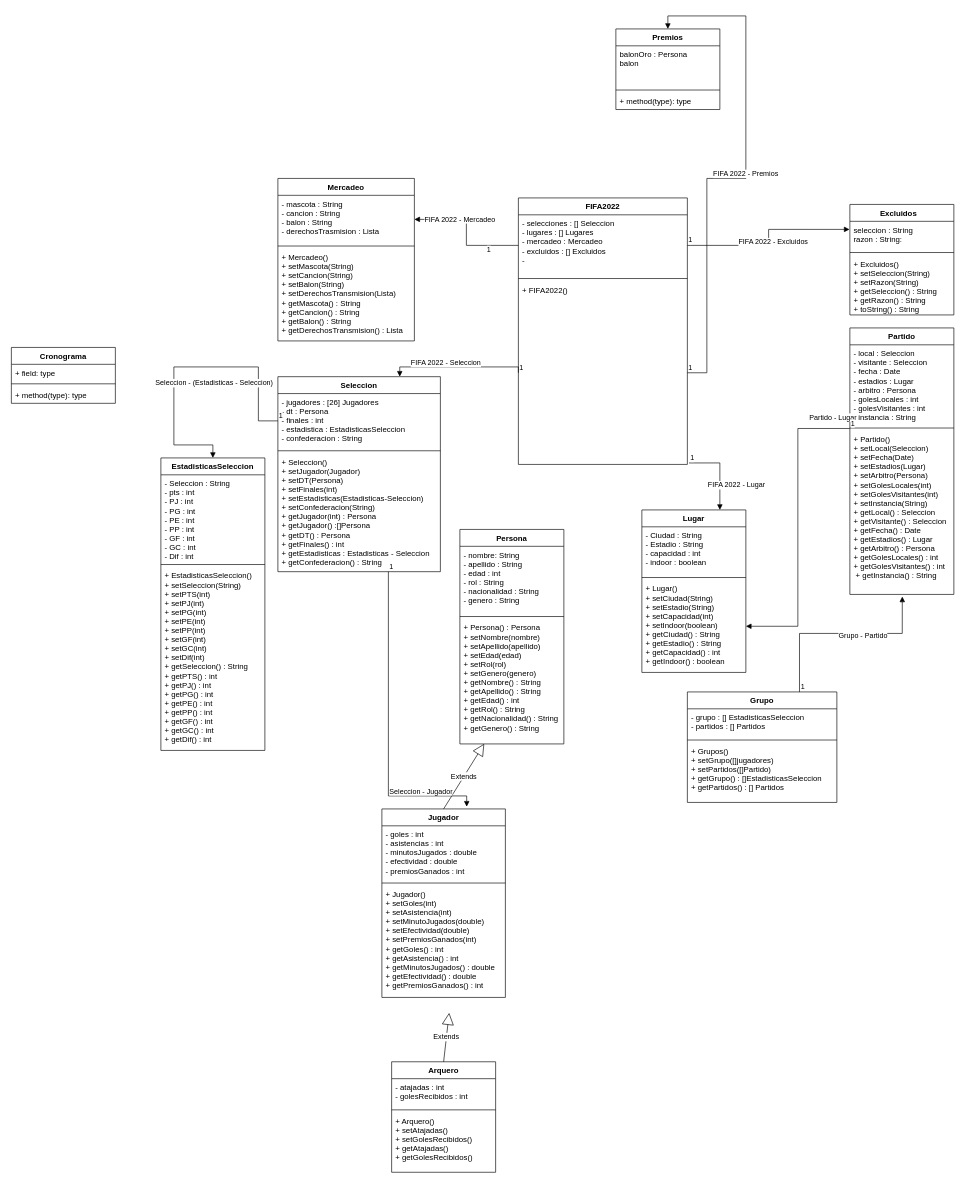
This is TP1.drawio from sebastian-butcovich/Fifa-Qatar2, a draw.io file, before an edit. Source tidied: cells renumbered, new cells numbered last; positions are measured from the earlier drawing's top-left corner, leaving out a move shared by most shapes. Both pictures are drawn from the tidied source at 65%, with x=0, y=0 at pixel (11, 16).
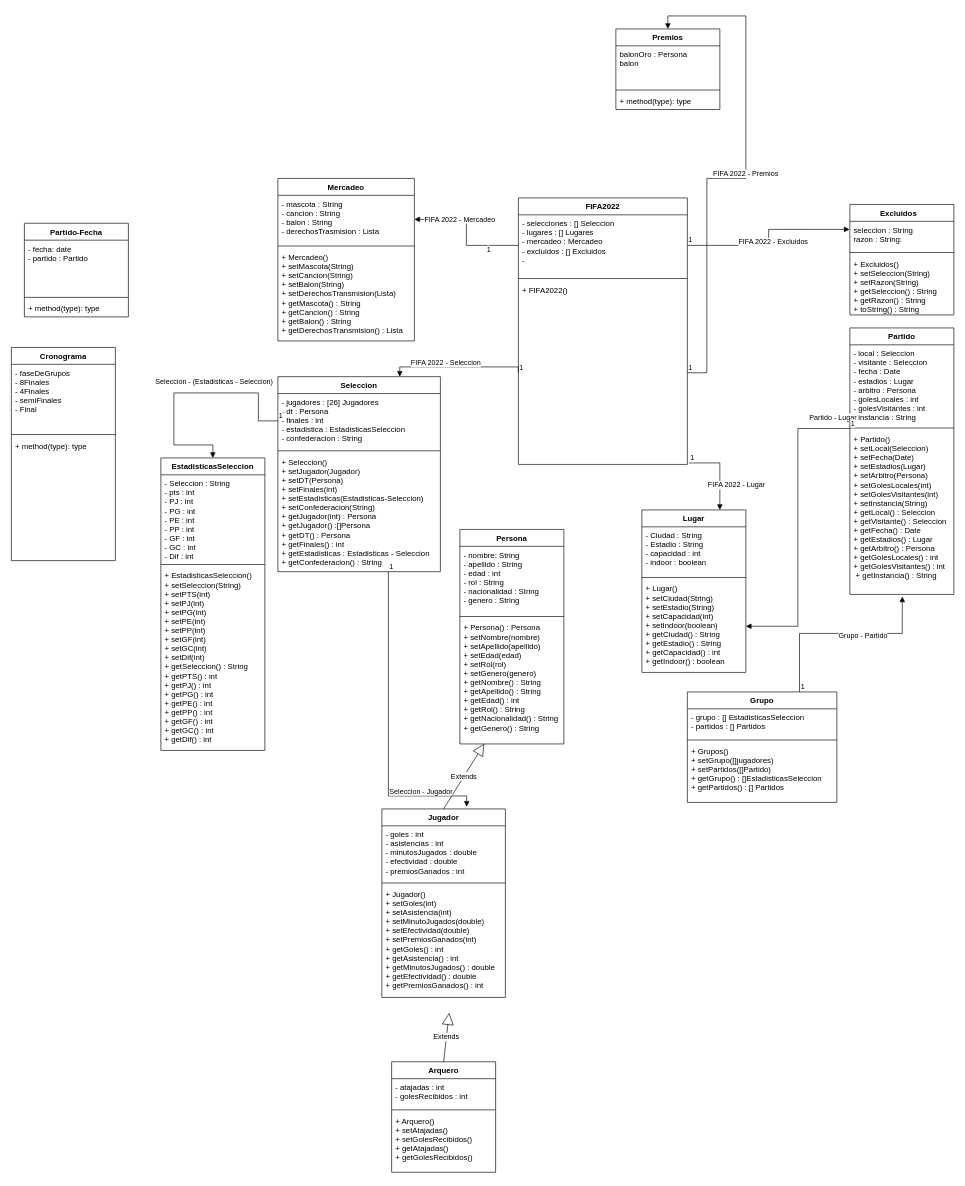
Above is the later version.

Commit message:
Clase Cronograma

The change refers to these unchanged cells:
```xml
<mxCell id="3" value="- jugadores : [26] Jugadores&#10;- dt : Persona&#10;- finales : int&#10;- estadistica : EstadisticasSeleccion&#10;- confederacion : String&#10;" style="text;strokeColor=none;fillColor=none;align=left;verticalAlign=top;spacingLeft=4;spacingRight=4;overflow=hidden;points=[[0,0.5],[1,0.5]];portConstraint=eastwest;" parent="2" vertex="1">
  <mxGeometry y="26" width="250" height="84" as="geometry" />
</mxCell>
<mxCell id="40" value="EstadisticasSeleccion" style="swimlane;fontStyle=1;align=center;verticalAlign=top;horizontal=1;startSize=26;" parent="1" vertex="1">
  <mxGeometry x="230" y="680" width="160" height="450" as="geometry" />
</mxCell>
```

Change to the diagram source:
```diff
@@
     <mxCell id="10" value="Cronograma" style="swimlane;fontStyle=1;align=center;verticalAlign=top;horizontal=1;startSize=26;" parent="1" vertex="1">
-      <mxGeometry y="510" width="160" height="86" as="geometry" />
+      <mxGeometry y="510" width="160" height="328" as="geometry" />
     </mxCell>
-    <mxCell id="11" value="+ field: type" style="text;strokeColor=none;fillColor=none;align=left;verticalAlign=top;spacingLeft=4;spacingRight=4;overflow=hidden;" parent="10" vertex="1">
-      <mxGeometry y="26" width="160" height="26" as="geometry" />
+    <mxCell id="11" value="- faseDeGrupos&#10;- 8Finales&#10;- 4Finales&#10;- semiFinales&#10;- Final" style="text;strokeColor=none;fillColor=none;align=left;verticalAlign=top;spacingLeft=4;spacingRight=4;overflow=hidden;" parent="10" vertex="1">
+      <mxGeometry y="26" width="160" height="104" as="geometry" />
     </mxCell>
     <mxCell id="12" style="line;strokeWidth=1;fillColor=none;align=left;verticalAlign=middle;spacingTop=-1;spacingLeft=3;spacingRight=3;labelPosition=right;" parent="10" vertex="1">
-      <mxGeometry y="52" width="160" height="8" as="geometry" />
+      <mxGeometry y="130" width="160" height="8" as="geometry" />
     </mxCell>
     <mxCell id="13" value="+ method(type): type" style="text;strokeColor=none;fillColor=none;align=left;verticalAlign=top;spacingLeft=4;spacingRight=4;overflow=hidden;" parent="10" vertex="1">
-      <mxGeometry y="60" width="160" height="26" as="geometry" />
+      <mxGeometry y="138" width="160" height="190" as="geometry" />
     </mxCell>
@@
     <mxCell id="44" value="Seleccion - (Estadisticas - Seleccion)&amp;nbsp;" style="endArrow=block;endFill=1;html=1;edgeStyle=orthogonalEdgeStyle;align=left;verticalAlign=top;rounded=0;entryX=0.5;entryY=0;entryDx=0;entryDy=0;exitX=0;exitY=0.5;exitDx=0;exitDy=0;" parent="1" edge="1" source="3" target="40">
-      <mxGeometry x="0.15" y="-30" relative="1" as="geometry">
+      <mxGeometry x="0.12" y="-42" relative="1" as="geometry">
         <Array as="points">
           <mxPoint x="380" y="623" />
-          <mxPoint x="380" y="540" />
-          <mxPoint x="250" y="540" />
+          <mxPoint x="380" y="580" />
+          <mxPoint x="250" y="580" />
           <mxPoint x="250" y="660" />
           <mxPoint x="310" y="660" />
         </Array>
+        <mxPoint x="12" y="-30" as="offset" />
       </mxGeometry>
     </mxCell>
@@
+    <mxCell id="74" value="Partido-Fecha" style="swimlane;fontStyle=1;align=center;verticalAlign=top;horizontal=1;startSize=26;" parent="1" vertex="1">
+      <mxGeometry x="20" y="319" width="160" height="144" as="geometry" />
+    </mxCell>
+    <mxCell id="75" value="- fecha: date&#10;- partido : Partido" style="text;strokeColor=none;fillColor=none;align=left;verticalAlign=top;spacingLeft=4;spacingRight=4;overflow=hidden;" parent="74" vertex="1">
+      <mxGeometry y="26" width="160" height="84" as="geometry" />
+    </mxCell>
+    <mxCell id="76" style="line;strokeWidth=1;fillColor=none;align=left;verticalAlign=middle;spacingTop=-1;spacingLeft=3;spacingRight=3;labelPosition=right;" parent="74" vertex="1">
+      <mxGeometry y="110" width="160" height="8" as="geometry" />
+    </mxCell>
+    <mxCell id="77" value="+ method(type): type" style="text;strokeColor=none;fillColor=none;align=left;verticalAlign=top;spacingLeft=4;spacingRight=4;overflow=hidden;" parent="74" vertex="1">
+      <mxGeometry y="118" width="160" height="26" as="geometry" />
+    </mxCell>
```
